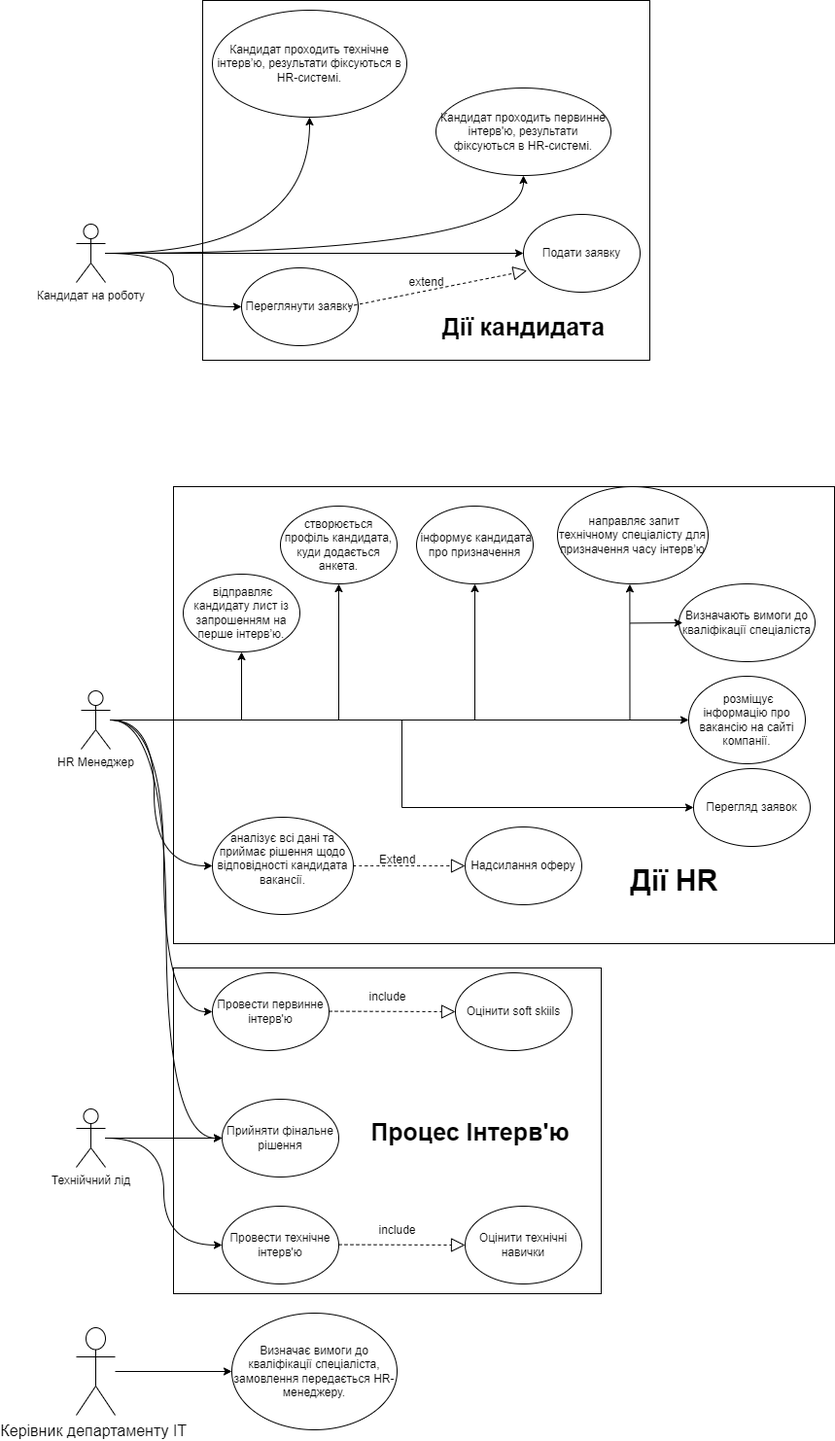
KostPost/KPI-University-Works-2.1 keeps this draw.io diagram as Компоненти програмної інженерії/Laba1/laba1.drawio.png. Above is the earlier version. Source tidied: cells renumbered, new cells last; positions are measured from the earlier drawing's top-left corner, leaving out a move shared by most shapes. Its diagram source:
```xml
<mxGraphModel>
  <root>
    <mxCell id="0" />
    <mxCell id="1" parent="0" />
    <mxCell id="2" style="rounded=0;whiteSpace=wrap;html=1;" parent="1" vertex="1">
      <mxGeometry x="100" y="995" width="440" height="335" as="geometry" />
    </mxCell>
    <mxCell id="3" style="rounded=0;whiteSpace=wrap;html=1;" parent="1" vertex="1">
      <mxGeometry x="100" y="500" width="680" height="470" as="geometry" />
    </mxCell>
    <mxCell id="4" style="rounded=0;whiteSpace=wrap;html=1;" parent="1" vertex="1">
      <mxGeometry x="130" width="460" height="370" as="geometry" />
    </mxCell>
    <mxCell id="5" style="edgeStyle=orthogonalEdgeStyle;curved=1;rounded=0;jettySize=auto;html=1;entryX=0;entryY=0.5;entryDx=0;entryDy=0;" parent="1" edge="1" source="9" target="10">
      <mxGeometry relative="1" as="geometry" />
    </mxCell>
    <mxCell id="6" style="edgeStyle=orthogonalEdgeStyle;curved=1;rounded=0;jettySize=auto;html=1;" parent="1" edge="1" source="9" target="11">
      <mxGeometry relative="1" as="geometry" />
    </mxCell>
    <mxCell id="7" style="edgeStyle=orthogonalEdgeStyle;curved=1;rounded=0;jettySize=auto;html=1;elbow=vertical;" parent="1" edge="1" source="9" target="51">
      <mxGeometry relative="1" as="geometry" />
    </mxCell>
    <mxCell id="8" style="edgeStyle=orthogonalEdgeStyle;curved=1;rounded=0;jettySize=auto;html=1;entryX=0.5;entryY=1;entryDx=0;entryDy=0;elbow=vertical;" parent="1" edge="1" source="9" target="50">
      <mxGeometry relative="1" as="geometry" />
    </mxCell>
    <mxCell id="9" value="Кандидат на роботу" style="shape=umlActor;verticalLabelPosition=bottom;verticalAlign=top;html=1;outlineConnect=0;" parent="1" vertex="1">
      <mxGeometry y="230" width="30" height="60" as="geometry" />
    </mxCell>
    <mxCell id="10" value="Подати заявку" style="ellipse;whiteSpace=wrap;html=1;" parent="1" vertex="1">
      <mxGeometry x="460" y="220" width="120" height="80" as="geometry" />
    </mxCell>
    <mxCell id="11" value="Переглянути заявку" style="ellipse;whiteSpace=wrap;html=1;" parent="1" vertex="1">
      <mxGeometry x="170" y="275" width="120" height="80" as="geometry" />
    </mxCell>
    <mxCell id="12" style="edgeStyle=orthogonalEdgeStyle;curved=1;rounded=0;jettySize=auto;html=1;entryX=0;entryY=0.5;entryDx=0;entryDy=0;elbow=vertical;" parent="1" edge="1" source="21" target="27">
      <mxGeometry relative="1" as="geometry" />
    </mxCell>
    <mxCell id="13" style="edgeStyle=orthogonalEdgeStyle;curved=1;rounded=0;jettySize=auto;html=1;entryX=0;entryY=0.5;entryDx=0;entryDy=0;elbow=vertical;" parent="1" edge="1" source="21" target="22">
      <mxGeometry relative="1" as="geometry">
        <Array as="points">
          <mxPoint x="90" y="740" />
          <mxPoint x="90" y="1040" />
        </Array>
      </mxGeometry>
    </mxCell>
    <mxCell id="14" style="edgeStyle=orthogonalEdgeStyle;rounded=0;jettySize=auto;html=1;entryX=0.5;entryY=1;entryDx=0;entryDy=0;elbow=vertical;" parent="1" edge="1" source="21" target="46">
      <mxGeometry relative="1" as="geometry" />
    </mxCell>
    <mxCell id="15" style="edgeStyle=orthogonalEdgeStyle;rounded=0;jettySize=auto;html=1;entryX=0.5;entryY=1;entryDx=0;entryDy=0;elbow=vertical;" parent="1" edge="1" source="21" target="45">
      <mxGeometry relative="1" as="geometry" />
    </mxCell>
    <mxCell id="16" style="edgeStyle=orthogonalEdgeStyle;rounded=0;jettySize=auto;html=1;entryX=0.5;entryY=1;entryDx=0;entryDy=0;elbow=vertical;" parent="1" edge="1" source="21" target="49">
      <mxGeometry relative="1" as="geometry" />
    </mxCell>
    <mxCell id="17" style="edgeStyle=orthogonalEdgeStyle;rounded=0;jettySize=auto;html=1;elbow=vertical;entryX=0;entryY=0.5;entryDx=0;entryDy=0;" parent="1" edge="1" source="21" target="44">
      <mxGeometry relative="1" as="geometry" />
    </mxCell>
    <mxCell id="18" style="edgeStyle=orthogonalEdgeStyle;rounded=0;jettySize=auto;html=1;elbow=vertical;entryX=0.48;entryY=1.003;entryDx=0;entryDy=0;entryPerimeter=0;" parent="1" edge="1" source="21" target="47">
      <mxGeometry relative="1" as="geometry">
        <Array as="points">
          <mxPoint x="569" y="740" />
        </Array>
      </mxGeometry>
    </mxCell>
    <mxCell id="19" style="edgeStyle=orthogonalEdgeStyle;rounded=0;jettySize=auto;html=1;entryX=0;entryY=0.5;entryDx=0;entryDy=0;elbow=vertical;" parent="1" edge="1" source="21" target="33">
      <mxGeometry relative="1" as="geometry" />
    </mxCell>
    <mxCell id="20" style="edgeStyle=orthogonalEdgeStyle;curved=1;rounded=0;jettySize=auto;html=1;entryX=0;entryY=0.5;entryDx=0;entryDy=0;elbow=vertical;" parent="1" edge="1" source="21" target="52">
      <mxGeometry relative="1" as="geometry">
        <Array as="points">
          <mxPoint x="80" y="740" />
          <mxPoint x="80" y="890" />
        </Array>
      </mxGeometry>
    </mxCell>
    <mxCell id="21" value="HR Менеджер" style="shape=umlActor;verticalLabelPosition=bottom;verticalAlign=top;html=1;outlineConnect=0;" parent="1" vertex="1">
      <mxGeometry x="5" y="710" width="30" height="60" as="geometry" />
    </mxCell>
    <mxCell id="22" value="Провести первинне інтерв'ю" style="ellipse;whiteSpace=wrap;html=1;" parent="1" vertex="1">
      <mxGeometry x="140" y="1000" width="120" height="80" as="geometry" />
    </mxCell>
    <mxCell id="23" style="edgeStyle=orthogonalEdgeStyle;curved=1;rounded=0;jettySize=auto;html=1;entryX=0;entryY=0.5;entryDx=0;entryDy=0;elbow=vertical;" parent="1" edge="1" source="25" target="27">
      <mxGeometry relative="1" as="geometry" />
    </mxCell>
    <mxCell id="24" style="edgeStyle=orthogonalEdgeStyle;curved=1;rounded=0;jettySize=auto;html=1;entryX=0;entryY=0.5;entryDx=0;entryDy=0;elbow=vertical;" parent="1" edge="1" source="25" target="26">
      <mxGeometry relative="1" as="geometry" />
    </mxCell>
    <mxCell id="25" value="Технійчний лід" style="shape=umlActor;verticalLabelPosition=bottom;verticalAlign=top;html=1;outlineConnect=0;" parent="1" vertex="1">
      <mxGeometry y="1140" width="30" height="60" as="geometry" />
    </mxCell>
    <mxCell id="26" value="Провести технічне інтерв'ю" style="ellipse;whiteSpace=wrap;html=1;" parent="1" vertex="1">
      <mxGeometry x="150" y="1240" width="120" height="80" as="geometry" />
    </mxCell>
    <mxCell id="27" value="Прийняти фінальне рішення" style="ellipse;whiteSpace=wrap;html=1;" parent="1" vertex="1">
      <mxGeometry x="150" y="1130" width="120" height="80" as="geometry" />
    </mxCell>
    <mxCell id="28" value="Оцінити технічні навички" style="ellipse;whiteSpace=wrap;html=1;" parent="1" vertex="1">
      <mxGeometry x="400" y="1240" width="120" height="80" as="geometry" />
    </mxCell>
    <mxCell id="29" value="Оцінити soft skiils" style="ellipse;whiteSpace=wrap;html=1;" parent="1" vertex="1">
      <mxGeometry x="390" y="1000" width="120" height="80" as="geometry" />
    </mxCell>
    <mxCell id="30" style="endArrow=block;dashed=1;endFill=0;endSize=12;html=1;rounded=0;entryX=0.031;entryY=0.723;entryDx=0;entryDy=0;entryPerimeter=0;" parent="1" edge="1" target="10">
      <mxGeometry relative="1" as="geometry">
        <mxPoint x="280" y="314.6" as="sourcePoint" />
      </mxGeometry>
    </mxCell>
    <mxCell id="31" value="extend" style="text;html=1;align=center;verticalAlign=middle;strokeColor=none;fillColor=none;" parent="1" vertex="1">
      <mxGeometry x="330" y="275" width="60" height="30" as="geometry" />
    </mxCell>
    <mxCell id="32" value="&lt;b&gt;&lt;font style=&quot;font-size: 25px;&quot;&gt;Дії кандидата&lt;/font&gt;&lt;/b&gt;" style="text;html=1;align=center;verticalAlign=middle;strokeColor=none;fillColor=none;" parent="1" vertex="1">
      <mxGeometry x="365" y="315" width="190" height="40" as="geometry" />
    </mxCell>
    <mxCell id="33" value="Перегляд заявок" style="ellipse;whiteSpace=wrap;html=1;" parent="1" vertex="1">
      <mxGeometry x="635" y="790" width="120" height="80" as="geometry" />
    </mxCell>
    <mxCell id="34" value="Надсилання оферу" style="ellipse;whiteSpace=wrap;html=1;" parent="1" vertex="1">
      <mxGeometry x="400" y="850" width="120" height="80" as="geometry" />
    </mxCell>
    <mxCell id="35" style="endArrow=block;dashed=1;endFill=0;endSize=12;html=1;rounded=0;entryX=0;entryY=0.5;entryDx=0;entryDy=0;" parent="1" edge="1" target="28">
      <mxGeometry relative="1" as="geometry">
        <mxPoint x="270" y="1279.6" as="sourcePoint" />
      </mxGeometry>
    </mxCell>
    <mxCell id="36" value="include" style="text;html=1;align=center;verticalAlign=middle;strokeColor=none;fillColor=none;" parent="1" vertex="1">
      <mxGeometry x="300" y="1250" width="60" height="30" as="geometry" />
    </mxCell>
    <mxCell id="37" style="endArrow=block;dashed=1;endFill=0;endSize=12;html=1;rounded=0;entryX=0;entryY=0.5;entryDx=0;entryDy=0;" parent="1" edge="1">
      <mxGeometry relative="1" as="geometry">
        <mxPoint x="260" y="1039.6" as="sourcePoint" />
        <mxPoint x="390" y="1040" as="targetPoint" />
      </mxGeometry>
    </mxCell>
    <mxCell id="38" value="include" style="text;html=1;align=center;verticalAlign=middle;strokeColor=none;fillColor=none;" parent="1" vertex="1">
      <mxGeometry x="290" y="1010" width="60" height="30" as="geometry" />
    </mxCell>
    <mxCell id="39" value="&lt;font style=&quot;font-size: 30px;&quot;&gt;&lt;b&gt;Дії HR&lt;/b&gt;&lt;/font&gt;" style="text;html=1;align=center;verticalAlign=middle;strokeColor=none;fillColor=none;" parent="1" vertex="1">
      <mxGeometry x="560" y="880" width="110" height="50" as="geometry" />
    </mxCell>
    <mxCell id="40" value="&lt;font style=&quot;font-size: 25px;&quot;&gt;&lt;b style=&quot;&quot;&gt;Процес Інтерв'ю&lt;/b&gt;&lt;/font&gt;" style="text;html=1;align=center;verticalAlign=middle;strokeColor=none;fillColor=none;" parent="1" vertex="1">
      <mxGeometry x="290" y="1142.5" width="230" height="40" as="geometry" />
    </mxCell>
    <mxCell id="41" style="edgeStyle=orthogonalEdgeStyle;rounded=0;jettySize=auto;html=1;entryX=0;entryY=0.5;entryDx=0;entryDy=0;elbow=vertical;" parent="1" edge="1" source="42" target="48">
      <mxGeometry relative="1" as="geometry" />
    </mxCell>
    <mxCell id="42" value="&lt;span style=&quot;font-size:12.0pt;font-family:&lt;br/&gt;&amp;quot;Times New Roman&amp;quot;,serif;mso-fareast-font-family:&amp;quot;Times New Roman&amp;quot;;mso-ansi-language:&lt;br/&gt;UK;mso-fareast-language:EN-US;mso-bidi-language:AR-SA&quot; lang=&quot;UK&quot;&gt;Керівник департаменту ІТ&amp;nbsp;&lt;/span&gt;" style="shape=umlActor;verticalLabelPosition=bottom;verticalAlign=top;html=1;outlineConnect=0;" parent="1" vertex="1">
      <mxGeometry y="1365" width="40" height="90" as="geometry" />
    </mxCell>
    <mxCell id="43" value="Визначають вимоги до кваліфікації спеціаліста" style="ellipse;whiteSpace=wrap;html=1;" parent="1" vertex="1">
      <mxGeometry x="620" y="600" width="140" height="80" as="geometry" />
    </mxCell>
    <mxCell id="44" value="&amp;nbsp;розміщує інформацію про вакансію на сайті компанії." style="ellipse;whiteSpace=wrap;html=1;" parent="1" vertex="1">
      <mxGeometry x="630" y="695" width="120" height="90" as="geometry" />
    </mxCell>
    <mxCell id="45" value="створюється профіль кандидата, куди додається анкета." style="ellipse;whiteSpace=wrap;html=1;" parent="1" vertex="1">
      <mxGeometry x="210" y="520" width="120" height="80" as="geometry" />
    </mxCell>
    <mxCell id="46" value="&amp;nbsp;відправляє кандидату лист із запрошенням на перше інтерв’ю." style="ellipse;whiteSpace=wrap;html=1;" parent="1" vertex="1">
      <mxGeometry x="110" y="590" width="120" height="80" as="geometry" />
    </mxCell>
    <mxCell id="47" value="&amp;nbsp;направляє запит технічному спеціалісту для призначення часу інтерв’ю" style="ellipse;whiteSpace=wrap;html=1;" parent="1" vertex="1">
      <mxGeometry x="495" y="500" width="155" height="100" as="geometry" />
    </mxCell>
    <mxCell id="48" value=" Визначає вимоги до кваліфікації спеціаліста, замовлення передається HR-менеджеру." style="ellipse;whiteSpace=wrap;html=1;" parent="1" vertex="1">
      <mxGeometry x="160" y="1350" width="170" height="120" as="geometry" />
    </mxCell>
    <mxCell id="49" value="&amp;nbsp;інформує кандидата про призначення" style="ellipse;whiteSpace=wrap;html=1;" parent="1" vertex="1">
      <mxGeometry x="350" y="520" width="120" height="80" as="geometry" />
    </mxCell>
    <mxCell id="50" value="Кандидат проходить технічне інтерв’ю, результати фіксуються в HR-системі." style="ellipse;whiteSpace=wrap;html=1;" parent="1" vertex="1">
      <mxGeometry x="140" y="10" width="200" height="110" as="geometry" />
    </mxCell>
    <mxCell id="51" value="Кандидат проходить первинне інтерв'ю, результати фіксуються в HR-системі." style="ellipse;whiteSpace=wrap;html=1;" parent="1" vertex="1">
      <mxGeometry x="370" y="90" width="180" height="90" as="geometry" />
    </mxCell>
    <mxCell id="52" value="&#10;аналізує всі дані та приймає рішення щодо відповідності кандидата вакансії.&#10;&#10;" style="ellipse;whiteSpace=wrap;html=1;" parent="1" vertex="1">
      <mxGeometry x="140" y="840" width="145" height="100" as="geometry" />
    </mxCell>
    <mxCell id="53" style="endArrow=block;dashed=1;endFill=0;endSize=12;html=1;rounded=0;elbow=vertical;curved=1;entryX=0;entryY=0.5;entryDx=0;entryDy=0;exitX=1;exitY=0.5;exitDx=0;exitDy=0;" parent="1" edge="1" source="52" target="34">
      <mxGeometry relative="1" as="geometry" />
    </mxCell>
    <mxCell id="54" value="Extend" style="text;whiteSpace=wrap;" parent="1" vertex="1">
      <mxGeometry x="310" y="870" width="40" height="20" as="geometry" />
    </mxCell>
    <mxCell id="55" style="endArrow=classic;html=1;rounded=0;elbow=vertical;entryX=0.027;entryY=0.62;entryDx=0;entryDy=0;entryPerimeter=0;" parent="1" edge="1">
      <mxGeometry relative="1" as="geometry">
        <mxPoint x="570" y="640.4" as="sourcePoint" />
        <mxPoint x="623.8" y="640" as="targetPoint" />
      </mxGeometry>
    </mxCell>
  </root>
</mxGraphModel>
```
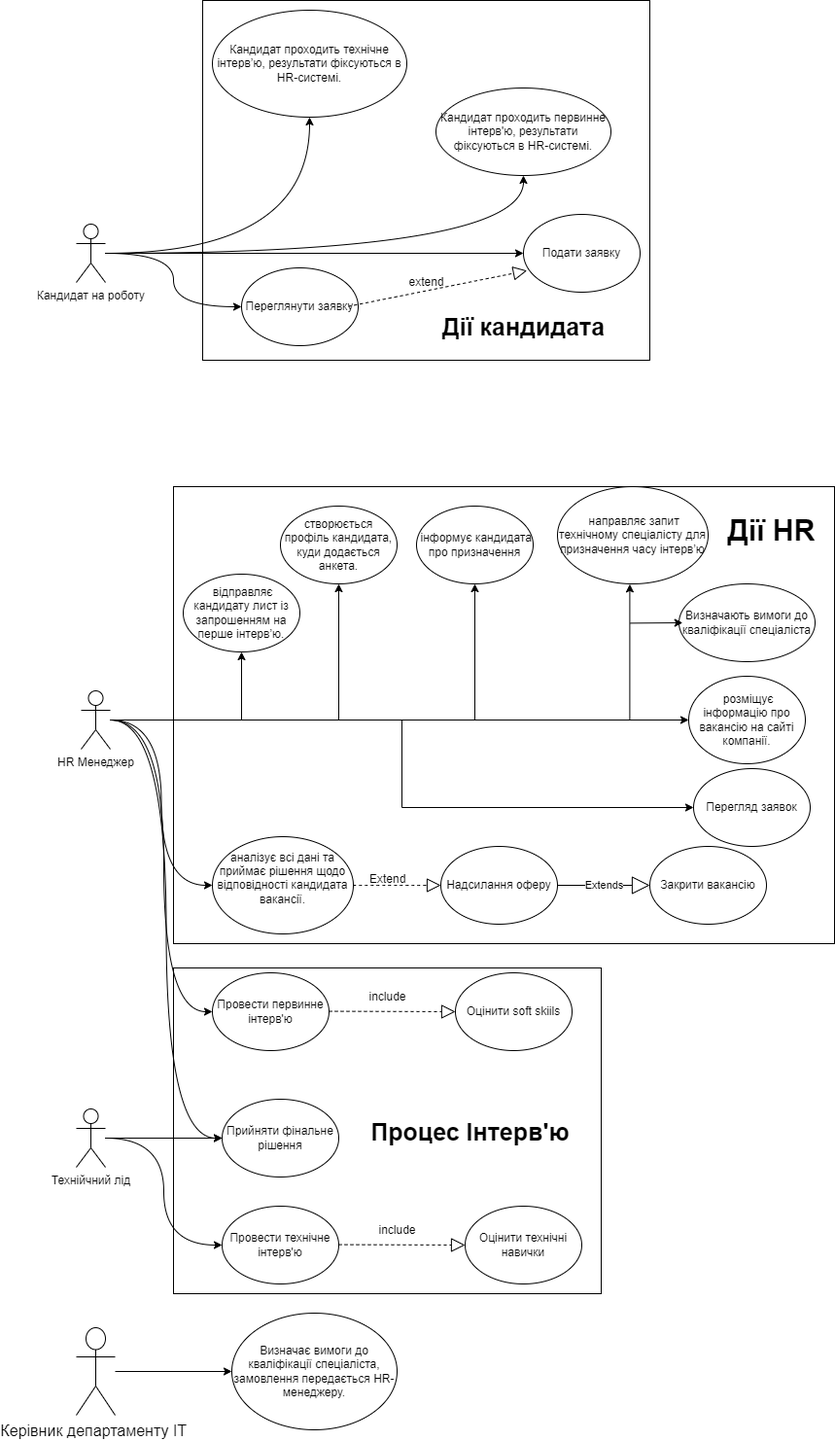
The same file after the commit.

The edit, as a diff of the source:
```diff
@@ -65,13 +65,8 @@
     <mxCell id="19" style="edgeStyle=orthogonalEdgeStyle;rounded=0;jettySize=auto;html=1;entryX=0;entryY=0.5;entryDx=0;entryDy=0;elbow=vertical;" parent="1" edge="1" source="21" target="33">
       <mxGeometry relative="1" as="geometry" />
     </mxCell>
-    <mxCell id="20" style="edgeStyle=orthogonalEdgeStyle;curved=1;rounded=0;jettySize=auto;html=1;entryX=0;entryY=0.5;entryDx=0;entryDy=0;elbow=vertical;" parent="1" edge="1" source="21" target="52">
-      <mxGeometry relative="1" as="geometry">
-        <Array as="points">
-          <mxPoint x="80" y="740" />
-          <mxPoint x="80" y="890" />
-        </Array>
-      </mxGeometry>
+    <mxCell id="20" style="edgeStyle=orthogonalEdgeStyle;curved=1;rounded=0;jettySize=auto;html=1;entryX=0;entryY=0.5;entryDx=0;entryDy=0;" parent="1" edge="1" source="21" target="52">
+      <mxGeometry relative="1" as="geometry" />
     </mxCell>
     <mxCell id="21" value="HR Менеджер" style="shape=umlActor;verticalLabelPosition=bottom;verticalAlign=top;html=1;outlineConnect=0;" parent="1" vertex="1">
       <mxGeometry x="5" y="710" width="30" height="60" as="geometry" />
@@ -115,7 +110,7 @@
       <mxGeometry x="635" y="790" width="120" height="80" as="geometry" />
     </mxCell>
     <mxCell id="34" value="Надсилання оферу" style="ellipse;whiteSpace=wrap;html=1;" parent="1" vertex="1">
-      <mxGeometry x="400" y="850" width="120" height="80" as="geometry" />
+      <mxGeometry x="375" y="870" width="120" height="80" as="geometry" />
     </mxCell>
     <mxCell id="35" style="endArrow=block;dashed=1;endFill=0;endSize=12;html=1;rounded=0;entryX=0;entryY=0.5;entryDx=0;entryDy=0;" parent="1" edge="1" target="28">
       <mxGeometry relative="1" as="geometry">
@@ -135,7 +130,7 @@
       <mxGeometry x="290" y="1010" width="60" height="30" as="geometry" />
     </mxCell>
     <mxCell id="39" value="&lt;font style=&quot;font-size: 30px;&quot;&gt;&lt;b&gt;Дії HR&lt;/b&gt;&lt;/font&gt;" style="text;html=1;align=center;verticalAlign=middle;strokeColor=none;fillColor=none;" parent="1" vertex="1">
-      <mxGeometry x="560" y="880" width="110" height="50" as="geometry" />
+      <mxGeometry x="660" y="520" width="110" height="50" as="geometry" />
     </mxCell>
     <mxCell id="40" value="&lt;font style=&quot;font-size: 25px;&quot;&gt;&lt;b style=&quot;&quot;&gt;Процес Інтерв'ю&lt;/b&gt;&lt;/font&gt;" style="text;html=1;align=center;verticalAlign=middle;strokeColor=none;fillColor=none;" parent="1" vertex="1">
       <mxGeometry x="290" y="1142.5" width="230" height="40" as="geometry" />
@@ -174,13 +169,13 @@
       <mxGeometry x="370" y="90" width="180" height="90" as="geometry" />
     </mxCell>
     <mxCell id="52" value="&#10;аналізує всі дані та приймає рішення щодо відповідності кандидата вакансії.&#10;&#10;" style="ellipse;whiteSpace=wrap;html=1;" parent="1" vertex="1">
-      <mxGeometry x="140" y="840" width="145" height="100" as="geometry" />
+      <mxGeometry x="140" y="860" width="145" height="100" as="geometry" />
     </mxCell>
     <mxCell id="53" style="endArrow=block;dashed=1;endFill=0;endSize=12;html=1;rounded=0;elbow=vertical;curved=1;entryX=0;entryY=0.5;entryDx=0;entryDy=0;exitX=1;exitY=0.5;exitDx=0;exitDy=0;" parent="1" edge="1" source="52" target="34">
       <mxGeometry relative="1" as="geometry" />
     </mxCell>
     <mxCell id="54" value="Extend" style="text;whiteSpace=wrap;" parent="1" vertex="1">
-      <mxGeometry x="310" y="870" width="40" height="20" as="geometry" />
+      <mxGeometry x="300" y="890" width="40" height="20" as="geometry" />
     </mxCell>
     <mxCell id="55" style="endArrow=classic;html=1;rounded=0;elbow=vertical;entryX=0.027;entryY=0.62;entryDx=0;entryDy=0;entryPerimeter=0;" parent="1" edge="1">
       <mxGeometry relative="1" as="geometry">
@@ -188,5 +183,14 @@
         <mxPoint x="623.8" y="640" as="targetPoint" />
       </mxGeometry>
     </mxCell>
+    <mxCell id="56" value="Extends" style="endArrow=block;endSize=16;endFill=0;html=1;rounded=0;" parent="1" edge="1">
+      <mxGeometry relative="1" as="geometry">
+        <mxPoint x="495" y="910" as="sourcePoint" />
+        <mxPoint x="590" y="910" as="targetPoint" />
+      </mxGeometry>
+    </mxCell>
+    <mxCell id="57" value="Закрити вакансію" style="ellipse;whiteSpace=wrap;html=1;" parent="1" vertex="1">
+      <mxGeometry x="590" y="870" width="120" height="80" as="geometry" />
+    </mxCell>
   </root>
 </mxGraphModel>
```
